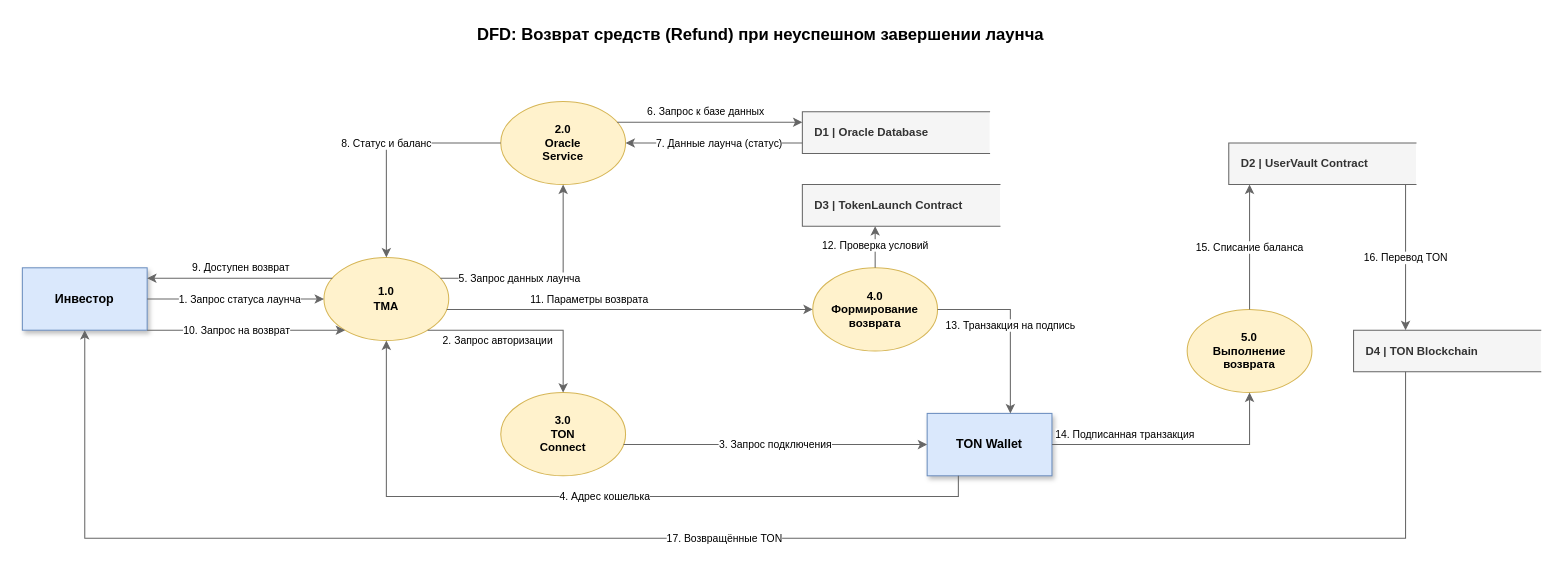
This is diagrams/dfd/dfd4.drawio from dondarubin/system-engineering-playbook, a draw.io file, before an edit. Source tidied: cells renumbered, new cells numbered last; positions are measured from the earlier drawing's top-left corner, leaving out a move shared by most shapes. Both pictures are drawn from the tidied source at 104%, with x=0, y=0 at pixel (22, 18).
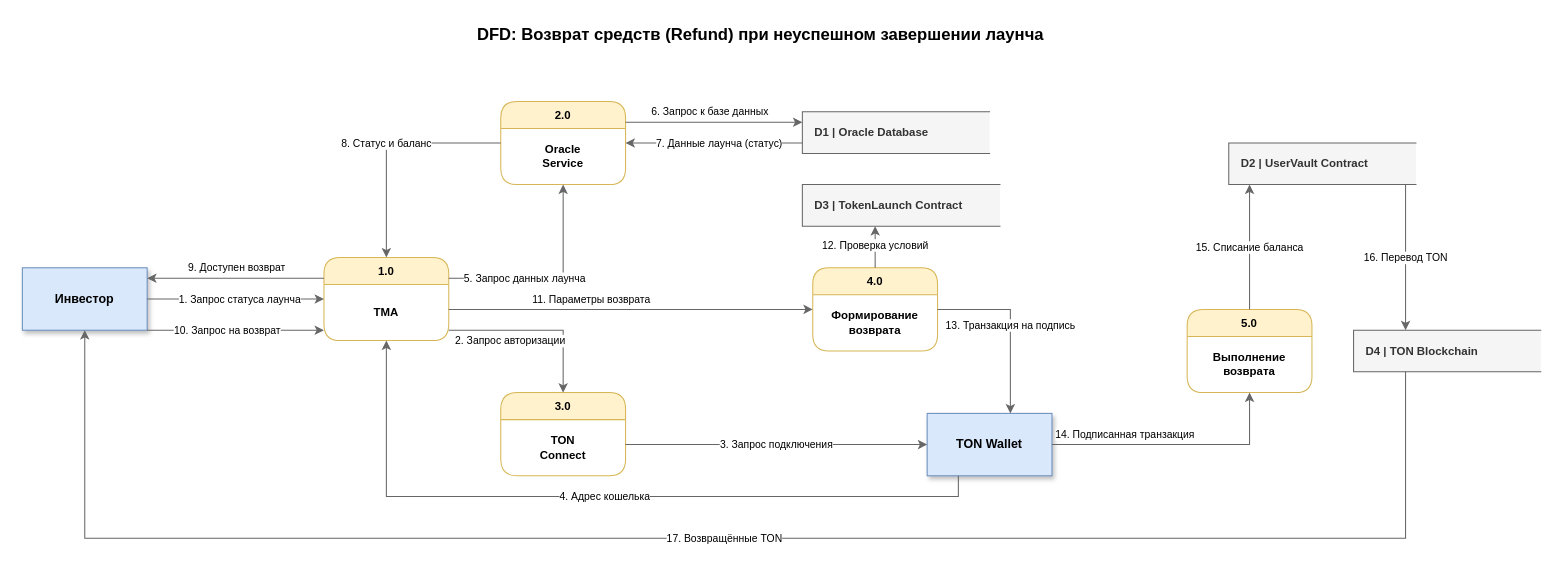
Above is the later version.

Diff of the diagram source:
```diff
@@
-    <mxCell id="5" value="1.0&#10;TMA" style="ellipse;whiteSpace=wrap;html=1;fillColor=#fff2cc;strokeColor=#d6b656;fontSize=11;fontStyle=1;" parent="1" vertex="1">
+    <mxCell id="5" value="1.0" style="swimlane;rounded=1;whiteSpace=wrap;html=1;startSize=26;fillColor=#fff2cc;strokeColor=#d6b656;fontSize=11;fontStyle=1;arcSize=20;horizontal=1;" parent="1" vertex="1">
       <mxGeometry x="290" y="230" width="120" height="80" as="geometry" />
     </mxCell>
+    <mxCell id="31" value="TMA" style="text;html=1;strokeColor=none;fillColor=none;align=center;verticalAlign=middle;whiteSpace=wrap;rounded=0;fontSize=11;fontStyle=1;" parent="5" vertex="1">
+      <mxGeometry y="26" width="120" height="54" as="geometry" />
+    </mxCell>
-    <mxCell id="6" value="2.0&#10;Oracle&#10;Service" style="ellipse;whiteSpace=wrap;html=1;fillColor=#fff2cc;strokeColor=#d6b656;fontSize=11;fontStyle=1;" parent="1" vertex="1">
+    <mxCell id="6" value="2.0" style="swimlane;rounded=1;whiteSpace=wrap;html=1;startSize=26;fillColor=#fff2cc;strokeColor=#d6b656;fontSize=11;fontStyle=1;arcSize=20;horizontal=1;" parent="1" vertex="1">
       <mxGeometry x="460" y="80" width="120" height="80" as="geometry" />
     </mxCell>
+    <mxCell id="32" value="Oracle&#10;Service" style="text;html=1;strokeColor=none;fillColor=none;align=center;verticalAlign=middle;whiteSpace=wrap;rounded=0;fontSize=11;fontStyle=1;" parent="6" vertex="1">
+      <mxGeometry y="26" width="120" height="54" as="geometry" />
+    </mxCell>
-    <mxCell id="7" value="3.0&#10;TON&#10;Connect" style="ellipse;whiteSpace=wrap;html=1;fillColor=#fff2cc;strokeColor=#d6b656;fontSize=11;fontStyle=1;" parent="1" vertex="1">
+    <mxCell id="7" value="3.0" style="swimlane;rounded=1;whiteSpace=wrap;html=1;startSize=26;fillColor=#fff2cc;strokeColor=#d6b656;fontSize=11;fontStyle=1;arcSize=20;horizontal=1;" parent="1" vertex="1">
       <mxGeometry x="460" y="360" width="120" height="80" as="geometry" />
     </mxCell>
+    <mxCell id="33" value="TON&#10;Connect" style="text;html=1;strokeColor=none;fillColor=none;align=center;verticalAlign=middle;whiteSpace=wrap;rounded=0;fontSize=11;fontStyle=1;" parent="7" vertex="1">
+      <mxGeometry y="26" width="120" height="54" as="geometry" />
+    </mxCell>
-    <mxCell id="8" value="4.0&#10;Формирование&#10;возврата" style="ellipse;whiteSpace=wrap;html=1;fillColor=#fff2cc;strokeColor=#d6b656;fontSize=11;fontStyle=1;" parent="1" vertex="1">
+    <mxCell id="8" value="4.0" style="swimlane;rounded=1;whiteSpace=wrap;html=1;startSize=26;fillColor=#fff2cc;strokeColor=#d6b656;fontSize=11;fontStyle=1;arcSize=20;horizontal=1;" parent="1" vertex="1">
       <mxGeometry x="760" y="240" width="120" height="80" as="geometry" />
     </mxCell>
+    <mxCell id="34" value="Формирование&#10;возврата" style="text;html=1;strokeColor=none;fillColor=none;align=center;verticalAlign=middle;whiteSpace=wrap;rounded=0;fontSize=11;fontStyle=1;" parent="8" vertex="1">
+      <mxGeometry y="26" width="120" height="54" as="geometry" />
+    </mxCell>
-    <mxCell id="9" value="5.0&#10;Выполнение&#10;возврата" style="ellipse;whiteSpace=wrap;html=1;fillColor=#fff2cc;strokeColor=#d6b656;fontSize=11;fontStyle=1;" parent="1" vertex="1">
+    <mxCell id="9" value="5.0" style="swimlane;rounded=1;whiteSpace=wrap;html=1;startSize=26;fillColor=#fff2cc;strokeColor=#d6b656;fontSize=11;fontStyle=1;arcSize=20;horizontal=1;" parent="1" vertex="1">
       <mxGeometry x="1120" y="280" width="120" height="80" as="geometry" />
     </mxCell>
+    <mxCell id="35" value="Выполнение&#10;возврата" style="text;html=1;strokeColor=none;fillColor=none;align=center;verticalAlign=middle;whiteSpace=wrap;rounded=0;fontSize=11;fontStyle=1;" parent="9" vertex="1">
+      <mxGeometry y="26" width="120" height="54" as="geometry" />
+    </mxCell>
```
